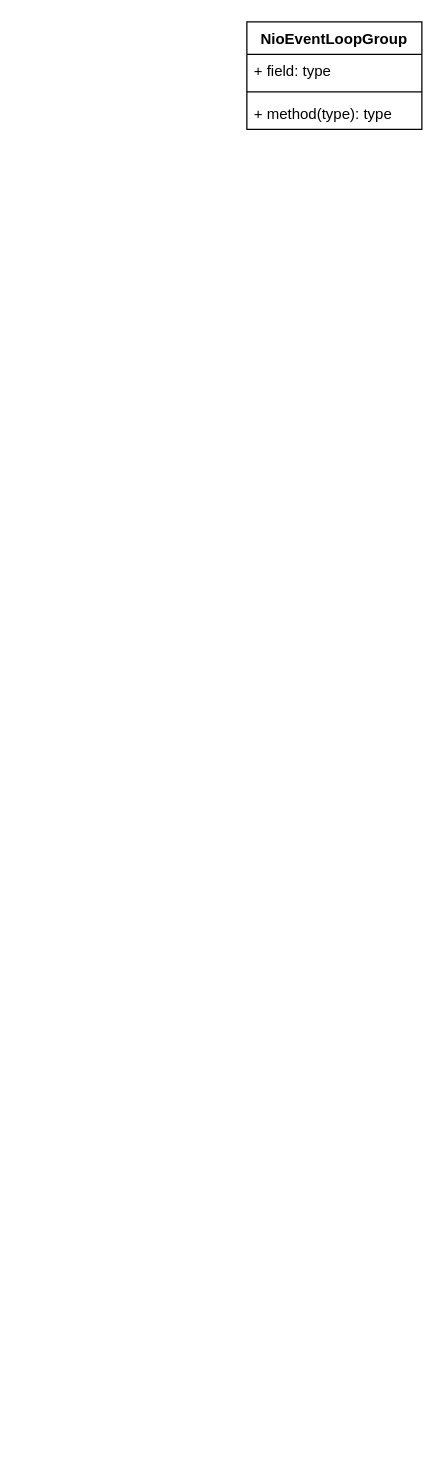
tadsimons/draw keeps this draw.io diagram as page "server" (1 of 9) of Jetty.drawio. Above is the earlier version. Source tidied: cells renumbered, new cells numbered last; positions are measured from the earlier drawing's top-left corner, leaving out a move shared by most shapes. Both pictures are drawn from the tidied source at 125%, with x=0, y=0 at pixel (246, 21).
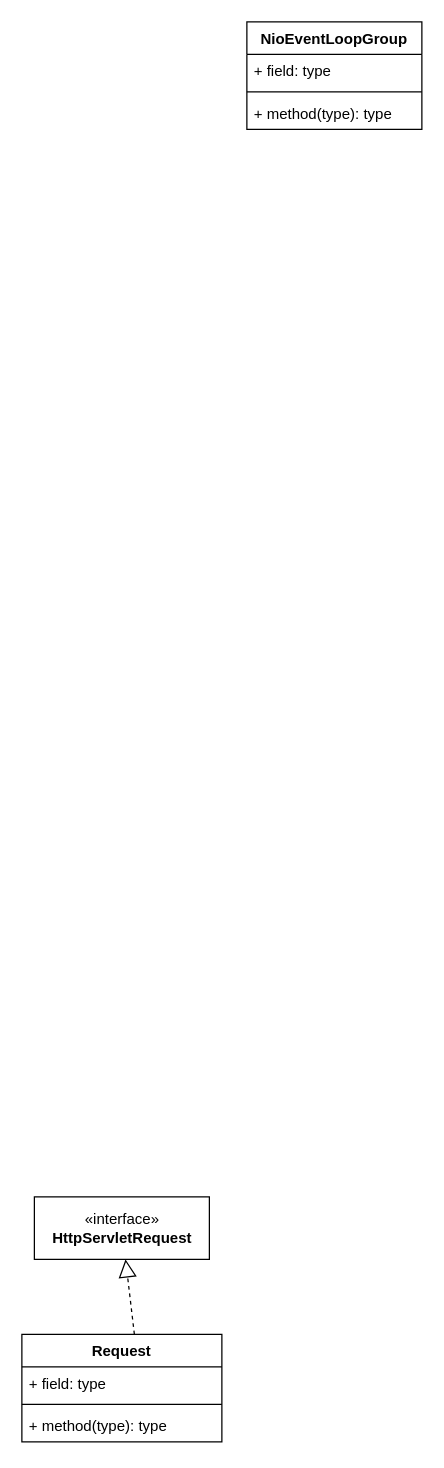
After the change.

What changed in the source:
```diff
@@
 <mxGraphModel>
   <root>
     <mxCell id="0" />
     <mxCell id="1" parent="0" />
     <mxCell id="2" value="NioEventLoopGroup" style="swimlane;fontStyle=1;align=center;verticalAlign=top;horizontal=1;startSize=26;fillColor=#FFFFFF;" parent="1" vertex="1">
       <mxGeometry width="140" height="86" as="geometry" />
     </mxCell>
     <mxCell id="3" value="+ field: type" style="text;strokeColor=none;fillColor=none;align=left;verticalAlign=top;spacingLeft=4;spacingRight=4;overflow=hidden;" parent="2" vertex="1">
       <mxGeometry y="26" width="140" height="26" as="geometry" />
     </mxCell>
     <mxCell id="4" style="line;strokeWidth=1;fillColor=none;align=left;verticalAlign=middle;spacingTop=-1;spacingLeft=3;spacingRight=3;labelPosition=right;" parent="2" vertex="1">
       <mxGeometry y="52" width="140" height="8" as="geometry" />
     </mxCell>
     <mxCell id="5" value="+ method(type): type" style="text;strokeColor=none;fillColor=none;align=left;verticalAlign=top;spacingLeft=4;spacingRight=4;overflow=hidden;" parent="2" vertex="1">
       <mxGeometry y="60" width="140" height="26" as="geometry" />
     </mxCell>
+    <mxCell id="6" value="Request" style="swimlane;fontStyle=1;align=center;verticalAlign=top;horizontal=1;startSize=26;" parent="1" vertex="1">
+      <mxGeometry x="-180" y="1050" width="160" height="86" as="geometry" />
+    </mxCell>
+    <mxCell id="7" style="endArrow=block;dashed=1;endFill=0;endSize=12;html=1;" parent="6" edge="1" target="11">
+      <mxGeometry relative="1" as="geometry">
+        <mxPoint x="90" as="sourcePoint" />
+      </mxGeometry>
+    </mxCell>
+    <mxCell id="8" value="+ field: type" style="text;strokeColor=none;fillColor=none;align=left;verticalAlign=top;spacingLeft=4;spacingRight=4;overflow=hidden;" parent="6" vertex="1">
+      <mxGeometry y="26" width="160" height="26" as="geometry" />
+    </mxCell>
+    <mxCell id="9" style="line;strokeWidth=1;fillColor=none;align=left;verticalAlign=middle;spacingTop=-1;spacingLeft=3;spacingRight=3;labelPosition=right;" parent="6" vertex="1">
+      <mxGeometry y="52" width="160" height="8" as="geometry" />
+    </mxCell>
+    <mxCell id="10" value="+ method(type): type" style="text;strokeColor=none;fillColor=none;align=left;verticalAlign=top;spacingLeft=4;spacingRight=4;overflow=hidden;" parent="6" vertex="1">
+      <mxGeometry y="60" width="160" height="26" as="geometry" />
+    </mxCell>
+    <mxCell id="11" value="«interface»&lt;br&gt;&lt;b&gt;HttpServletRequest&lt;/b&gt;" style="html=1;" parent="1" vertex="1">
+      <mxGeometry x="-170" y="940" width="140" height="50" as="geometry" />
+    </mxCell>
   </root>
 </mxGraphModel>
```
